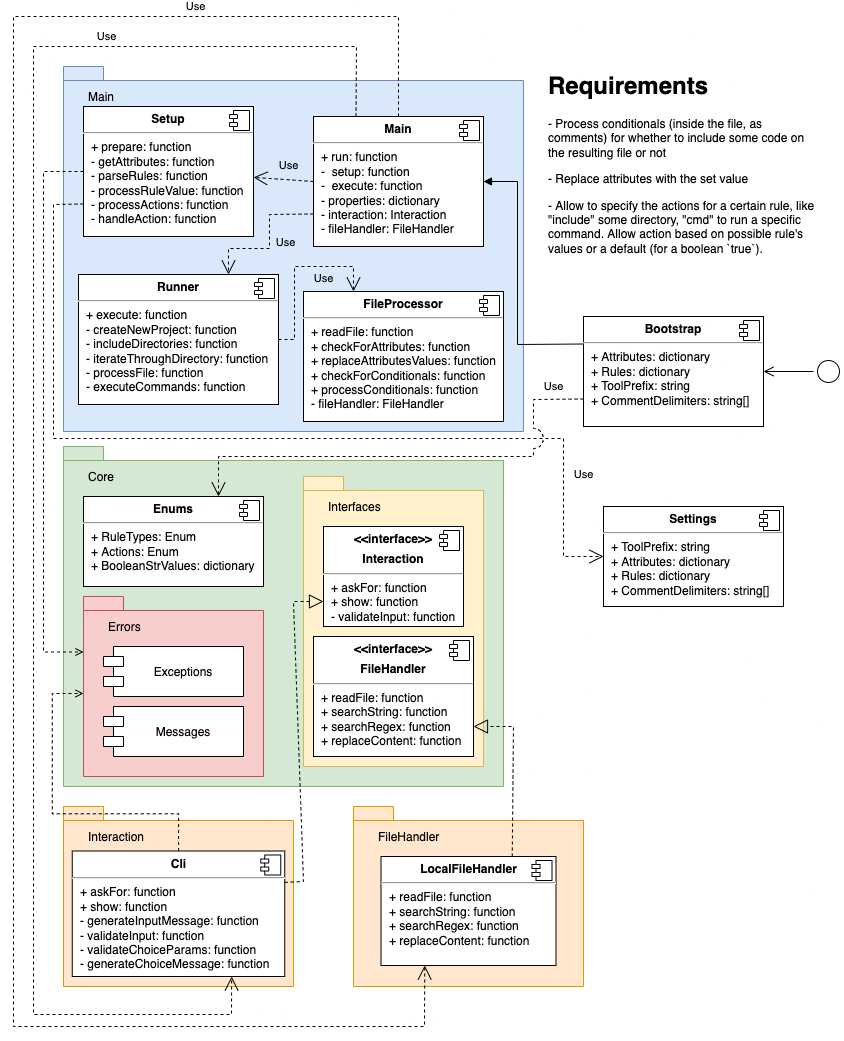
This is docs/assets/structure-diagram.png from vinibs/cakeslicer, a draw.io export, as it was before one commit. Source tidied: cells renumbered, new cells last; positions are measured from the earlier drawing's top-left corner, leaving out a move shared by most shapes.
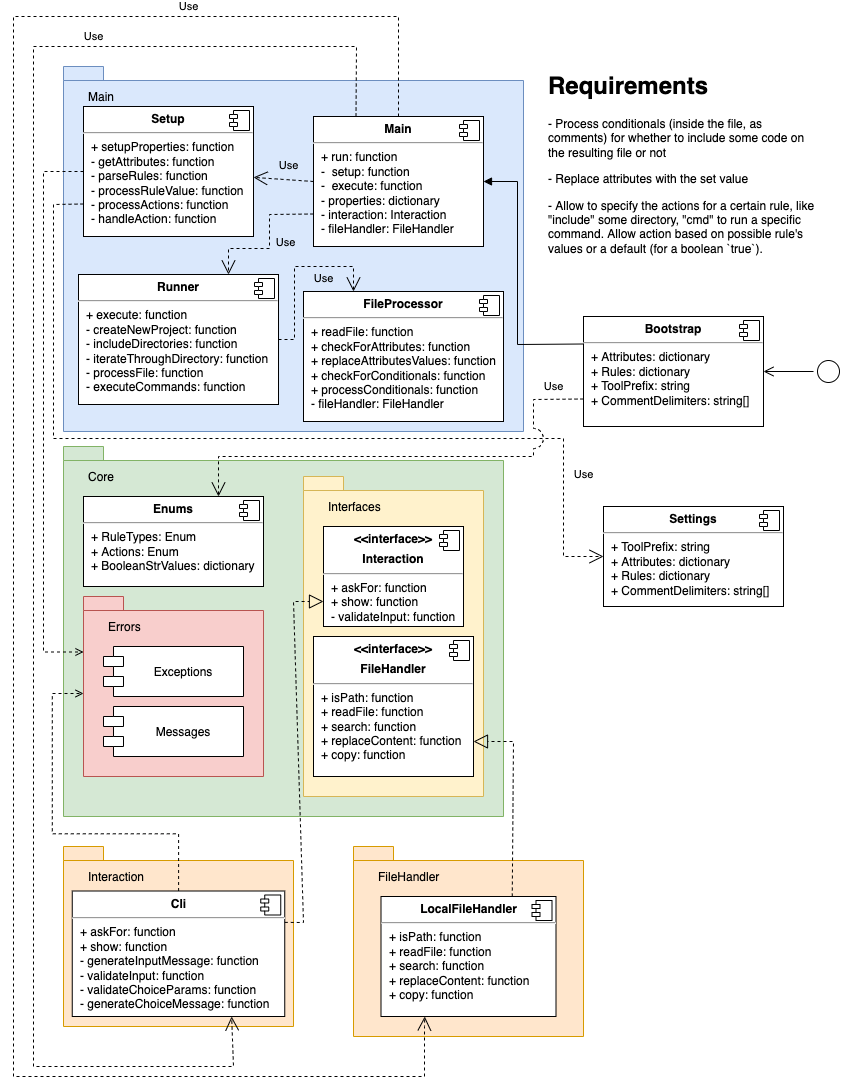
The same file after the commit.

Diff of the diagram source:
```diff
@@ -3,10 +3,10 @@
     <mxCell id="0" />
     <mxCell id="1" parent="0" />
     <mxCell id="2" style="shape=folder;fontStyle=1;spacingTop=10;tabWidth=40;tabHeight=14;tabPosition=left;html=1;fillColor=#ffe6cc;strokeColor=#d79b00;" parent="1" vertex="1">
-      <mxGeometry x="50" y="790" width="230" height="180" as="geometry" />
+      <mxGeometry x="50" y="830" width="230" height="180" as="geometry" />
     </mxCell>
     <mxCell id="3" style="shape=folder;fontStyle=1;spacingTop=10;tabWidth=40;tabHeight=14;tabPosition=left;html=1;fillColor=#d5e8d4;strokeColor=#82b366;" parent="1" vertex="1">
-      <mxGeometry x="50" y="430" width="440" height="340" as="geometry" />
+      <mxGeometry x="50" y="430" width="440" height="370" as="geometry" />
     </mxCell>
     <mxCell id="4" style="shape=folder;fontStyle=1;spacingTop=10;tabWidth=40;tabHeight=14;tabPosition=left;html=1;fillColor=#dae8fc;strokeColor=#6c8ebf;" parent="1" vertex="1">
       <mxGeometry x="50" y="50" width="460" height="365" as="geometry" />
@@ -19,7 +19,7 @@
         </Array>
       </mxGeometry>
     </mxCell>
-    <mxCell id="6" value="&lt;p style=&quot;margin: 0px ; margin-top: 6px ; text-align: center&quot;&gt;&lt;b&gt;Setup&lt;/b&gt;&lt;/p&gt;&lt;hr&gt;&lt;p style=&quot;margin: 0px ; margin-left: 8px&quot;&gt;+ prepare: function&lt;/p&gt;&lt;p style=&quot;margin: 0px ; margin-left: 8px&quot;&gt;- getAttributes: function&lt;/p&gt;&lt;p style=&quot;margin: 0px ; margin-left: 8px&quot;&gt;- parseRules: function&lt;/p&gt;&lt;p style=&quot;margin: 0px ; margin-left: 8px&quot;&gt;- processRuleValue: function&lt;/p&gt;&lt;p style=&quot;margin: 0px ; margin-left: 8px&quot;&gt;- processActions: function&lt;/p&gt;&lt;p style=&quot;margin: 0px ; margin-left: 8px&quot;&gt;- handleAction: function&lt;/p&gt;" style="align=left;overflow=fill;html=1;" parent="1" vertex="1">
+    <mxCell id="6" value="&lt;p style=&quot;margin: 0px ; margin-top: 6px ; text-align: center&quot;&gt;&lt;b&gt;Setup&lt;/b&gt;&lt;/p&gt;&lt;hr&gt;&lt;p style=&quot;margin: 0px ; margin-left: 8px&quot;&gt;+ setupProperties: function&lt;/p&gt;&lt;p style=&quot;margin: 0px ; margin-left: 8px&quot;&gt;- getAttributes: function&lt;/p&gt;&lt;p style=&quot;margin: 0px ; margin-left: 8px&quot;&gt;- parseRules: function&lt;/p&gt;&lt;p style=&quot;margin: 0px ; margin-left: 8px&quot;&gt;- processRuleValue: function&lt;/p&gt;&lt;p style=&quot;margin: 0px ; margin-left: 8px&quot;&gt;- processActions: function&lt;/p&gt;&lt;p style=&quot;margin: 0px ; margin-left: 8px&quot;&gt;- handleAction: function&lt;/p&gt;" style="align=left;overflow=fill;html=1;" parent="1" vertex="1">
       <mxGeometry x="70" y="90" width="170" height="130" as="geometry" />
     </mxCell>
     <mxCell id="7" style="shape=component;jettyWidth=8;jettyHeight=4;" parent="6" vertex="1">
@@ -63,7 +63,7 @@
       </mxGeometry>
     </mxCell>
     <mxCell id="17" style="shape=folder;fontStyle=1;spacingTop=10;tabWidth=40;tabHeight=14;tabPosition=left;html=1;fillColor=#fff2cc;strokeColor=#d6b656;" parent="1" vertex="1">
-      <mxGeometry x="290" y="460" width="180" height="290" as="geometry" />
+      <mxGeometry x="290" y="460" width="180" height="320" as="geometry" />
     </mxCell>
     <mxCell id="18" value="&lt;p style=&quot;margin: 0px ; margin-top: 6px ; text-align: center&quot;&gt;&lt;b&gt;&amp;lt;&amp;lt;interface&amp;gt;&amp;gt;&lt;/b&gt;&lt;/p&gt;&lt;p style=&quot;margin: 0px ; margin-top: 6px ; text-align: center&quot;&gt;&lt;b&gt;Interaction&lt;/b&gt;&lt;/p&gt;&lt;hr&gt;&lt;p style=&quot;margin: 0px ; margin-left: 8px&quot;&gt;+ askFor: function&lt;/p&gt;&lt;p style=&quot;margin: 0px ; margin-left: 8px&quot;&gt;+ show: function&lt;/p&gt;&lt;p style=&quot;margin: 0px ; margin-left: 8px&quot;&gt;- validateInput: function&lt;br&gt;&lt;/p&gt;" style="align=left;overflow=fill;html=1;" parent="1" vertex="1">
       <mxGeometry x="310" y="510" width="140" height="100" as="geometry" />
@@ -77,7 +77,7 @@
       <mxGeometry relative="1" as="geometry" />
     </mxCell>
     <mxCell id="21" value="&lt;p style=&quot;margin: 0px ; margin-top: 6px ; text-align: center&quot;&gt;&lt;b&gt;Cli&lt;/b&gt;&lt;/p&gt;&lt;hr&gt;&lt;p style=&quot;margin: 0px ; margin-left: 8px&quot;&gt;+ askFor: function&lt;/p&gt;&lt;p style=&quot;margin: 0px ; margin-left: 8px&quot;&gt;+ show: function&lt;/p&gt;&lt;p style=&quot;margin: 0px ; margin-left: 8px&quot;&gt;- generateInputMessage: function&lt;/p&gt;&lt;p style=&quot;margin: 0px ; margin-left: 8px&quot;&gt;- validateInput: function&lt;br&gt;&lt;/p&gt;&lt;p style=&quot;margin: 0px ; margin-left: 8px&quot;&gt;- validateChoiceParams: function&lt;/p&gt;&lt;p style=&quot;margin: 0px ; margin-left: 8px&quot;&gt;- generateChoiceMessage: function&lt;/p&gt;" style="align=left;overflow=fill;html=1;" parent="1" vertex="1">
-      <mxGeometry x="58.8" y="834.5" width="212.5" height="125.5" as="geometry" />
+      <mxGeometry x="58.8" y="874.5" width="212.5" height="125.5" as="geometry" />
     </mxCell>
     <mxCell id="22" style="shape=component;jettyWidth=8;jettyHeight=4;" parent="21" vertex="1">
       <mxGeometry x="1" width="20" height="20" relative="1" as="geometry">
@@ -94,18 +94,18 @@
       <mxGeometry x="310" y="480" width="80" height="20" as="geometry" />
     </mxCell>
     <mxCell id="26" value="Interaction" style="text;align=left;fontStyle=0;verticalAlign=middle;spacingLeft=3;spacingRight=3;strokeColor=none;" parent="1" vertex="1">
-      <mxGeometry x="70" y="810" width="80" height="20" as="geometry" />
+      <mxGeometry x="70" y="850" width="80" height="20" as="geometry" />
     </mxCell>
     <mxCell id="27" style="endArrow=block;dashed=1;endFill=0;endSize=12;html=1;rounded=0;exitX=1;exitY=0.25;exitDx=0;exitDy=0;entryX=0;entryY=0.75;entryDx=0;entryDy=0;" parent="1" edge="1" source="21" target="18">
       <mxGeometry relative="1" as="geometry">
         <Array as="points">
-          <mxPoint x="290" y="865" />
+          <mxPoint x="290" y="906" />
           <mxPoint x="280" y="585" />
         </Array>
       </mxGeometry>
     </mxCell>
-    <mxCell id="28" value="&lt;p style=&quot;margin: 0px ; margin-top: 6px ; text-align: center&quot;&gt;&lt;b&gt;&amp;lt;&amp;lt;interface&amp;gt;&amp;gt;&lt;/b&gt;&lt;/p&gt;&lt;p style=&quot;margin: 0px ; margin-top: 6px ; text-align: center&quot;&gt;&lt;b&gt;FileHandler&lt;/b&gt;&lt;/p&gt;&lt;hr&gt;&lt;p style=&quot;margin: 0px ; margin-left: 8px&quot;&gt;+ readFile: function&lt;br&gt;+ searchString: function&lt;/p&gt;&lt;p style=&quot;margin: 0px ; margin-left: 8px&quot;&gt;+ searchRegex: function&lt;/p&gt;&lt;p style=&quot;margin: 0px ; margin-left: 8px&quot;&gt;+ replaceContent: function&lt;/p&gt;" style="align=left;overflow=fill;html=1;" parent="1" vertex="1">
-      <mxGeometry x="300" y="620" width="160" height="120" as="geometry" />
+    <mxCell id="28" value="&lt;p style=&quot;margin: 0px ; margin-top: 6px ; text-align: center&quot;&gt;&lt;b&gt;&amp;lt;&amp;lt;interface&amp;gt;&amp;gt;&lt;/b&gt;&lt;/p&gt;&lt;p style=&quot;margin: 0px ; margin-top: 6px ; text-align: center&quot;&gt;&lt;b&gt;FileHandler&lt;/b&gt;&lt;/p&gt;&lt;hr&gt;&lt;p style=&quot;margin: 0px 0px 0px 8px;&quot;&gt;+ isPath: function&lt;/p&gt;&lt;p style=&quot;margin: 0px ; margin-left: 8px&quot;&gt;+ readFile: function&lt;br&gt;+ search: function&lt;/p&gt;&lt;p style=&quot;margin: 0px ; margin-left: 8px&quot;&gt;+ replaceContent: function&lt;/p&gt;&lt;p style=&quot;margin: 0px ; margin-left: 8px&quot;&gt;&lt;span style=&quot;background-color: initial;&quot;&gt;+ copy: function&lt;/span&gt;&lt;/p&gt;" style="align=left;overflow=fill;html=1;" parent="1" vertex="1">
+      <mxGeometry x="300" y="620" width="160" height="140" as="geometry" />
     </mxCell>
     <mxCell id="29" style="shape=component;jettyWidth=8;jettyHeight=4;" parent="28" vertex="1">
       <mxGeometry x="1" width="20" height="20" relative="1" as="geometry">
@@ -113,13 +113,13 @@
       </mxGeometry>
     </mxCell>
     <mxCell id="30" style="shape=folder;fontStyle=1;spacingTop=10;tabWidth=40;tabHeight=14;tabPosition=left;html=1;fillColor=#ffe6cc;strokeColor=#d79b00;" parent="1" vertex="1">
-      <mxGeometry x="340" y="790" width="230" height="180" as="geometry" />
+      <mxGeometry x="340" y="830" width="230" height="190" as="geometry" />
     </mxCell>
     <mxCell id="31" value="FileHandler" style="text;align=left;fontStyle=0;verticalAlign=middle;spacingLeft=3;spacingRight=3;strokeColor=none;" parent="1" vertex="1">
-      <mxGeometry x="360" y="810" width="80" height="20" as="geometry" />
+      <mxGeometry x="360" y="850" width="80" height="20" as="geometry" />
     </mxCell>
-    <mxCell id="32" value="&lt;p style=&quot;margin: 0px ; margin-top: 6px ; text-align: center&quot;&gt;&lt;b&gt;LocalFileHandler&lt;/b&gt;&lt;/p&gt;&lt;hr&gt;&lt;p style=&quot;margin: 0px ; margin-left: 8px&quot;&gt;+ readFile: function&lt;br&gt;+ searchString: function&lt;/p&gt;&lt;p style=&quot;margin: 0px ; margin-left: 8px&quot;&gt;+ searchRegex: function&lt;/p&gt;&lt;p style=&quot;margin: 0px ; margin-left: 8px&quot;&gt;+ replaceContent: function&lt;/p&gt;" style="align=left;overflow=fill;html=1;" parent="1" vertex="1">
-      <mxGeometry x="367.5" y="840" width="175" height="109" as="geometry" />
+    <mxCell id="32" value="&lt;p style=&quot;margin: 0px ; margin-top: 6px ; text-align: center&quot;&gt;&lt;b&gt;LocalFileHandler&lt;/b&gt;&lt;/p&gt;&lt;hr&gt;&lt;p style=&quot;margin: 0px ; margin-left: 8px&quot;&gt;+ isPath: function&lt;br&gt;&lt;/p&gt;&lt;p style=&quot;margin: 0px ; margin-left: 8px&quot;&gt;+ readFile: function&lt;br&gt;+ search: function&lt;/p&gt;&lt;p style=&quot;margin: 0px ; margin-left: 8px&quot;&gt;+ replaceContent: function&lt;/p&gt;&lt;p style=&quot;margin: 0px 0px 0px 8px;&quot;&gt;+ copy: function&lt;/p&gt;" style="align=left;overflow=fill;html=1;" parent="1" vertex="1">
+      <mxGeometry x="367.5" y="880" width="175" height="120" as="geometry" />
     </mxCell>
     <mxCell id="33" style="shape=component;jettyWidth=8;jettyHeight=4;" parent="32" vertex="1">
       <mxGeometry x="1" width="20" height="20" relative="1" as="geometry">
@@ -129,7 +129,7 @@
     <mxCell id="34" style="endArrow=block;dashed=1;endFill=0;endSize=12;html=1;rounded=0;exitX=0.75;exitY=0;exitDx=0;exitDy=0;entryX=1;entryY=0.75;entryDx=0;entryDy=0;" parent="1" edge="1" source="32" target="28">
       <mxGeometry relative="1" as="geometry">
         <Array as="points">
-          <mxPoint x="500" y="710" />
+          <mxPoint x="500" y="725" />
         </Array>
       </mxGeometry>
     </mxCell>
@@ -193,7 +193,8 @@
         <Array as="points">
           <mxPoint x="385" />
           <mxPoint />
-          <mxPoint y="1010" />
+          <mxPoint y="1060" />
+          <mxPoint x="411" y="1060" />
           <mxPoint x="411" y="1010" />
         </Array>
       </mxGeometry>
@@ -203,8 +204,8 @@
         <Array as="points">
           <mxPoint x="343" y="30" />
           <mxPoint x="20" y="30" />
-          <mxPoint x="20" y="998" />
-          <mxPoint x="218" y="998" />
+          <mxPoint x="20" y="1050" />
+          <mxPoint x="220" y="1050" />
         </Array>
         <mxPoint x="1" as="offset" />
       </mxGeometry>
```
